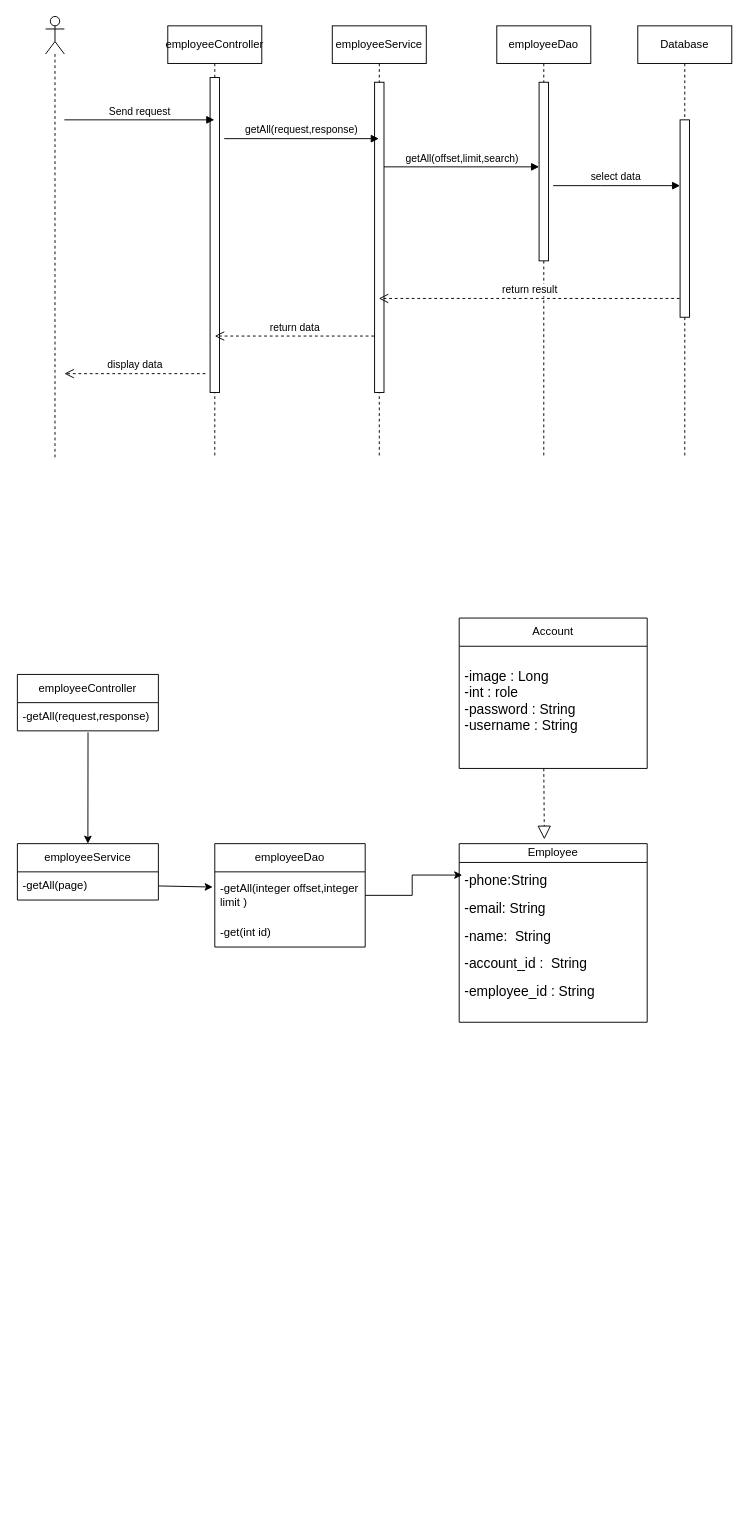
Above: page "Page-7" (7 of 35) of Untitled Diagram.drawio in sachvo/CuteXT (draw.io), before the change. Source tidied: cells renumbered, new cells numbered last; positions are measured from the earlier drawing's top-left corner, leaving out a move shared by most shapes. Both pictures are drawn from the tidied source at 94%, with x=0, y=0 at pixel (17, 16).
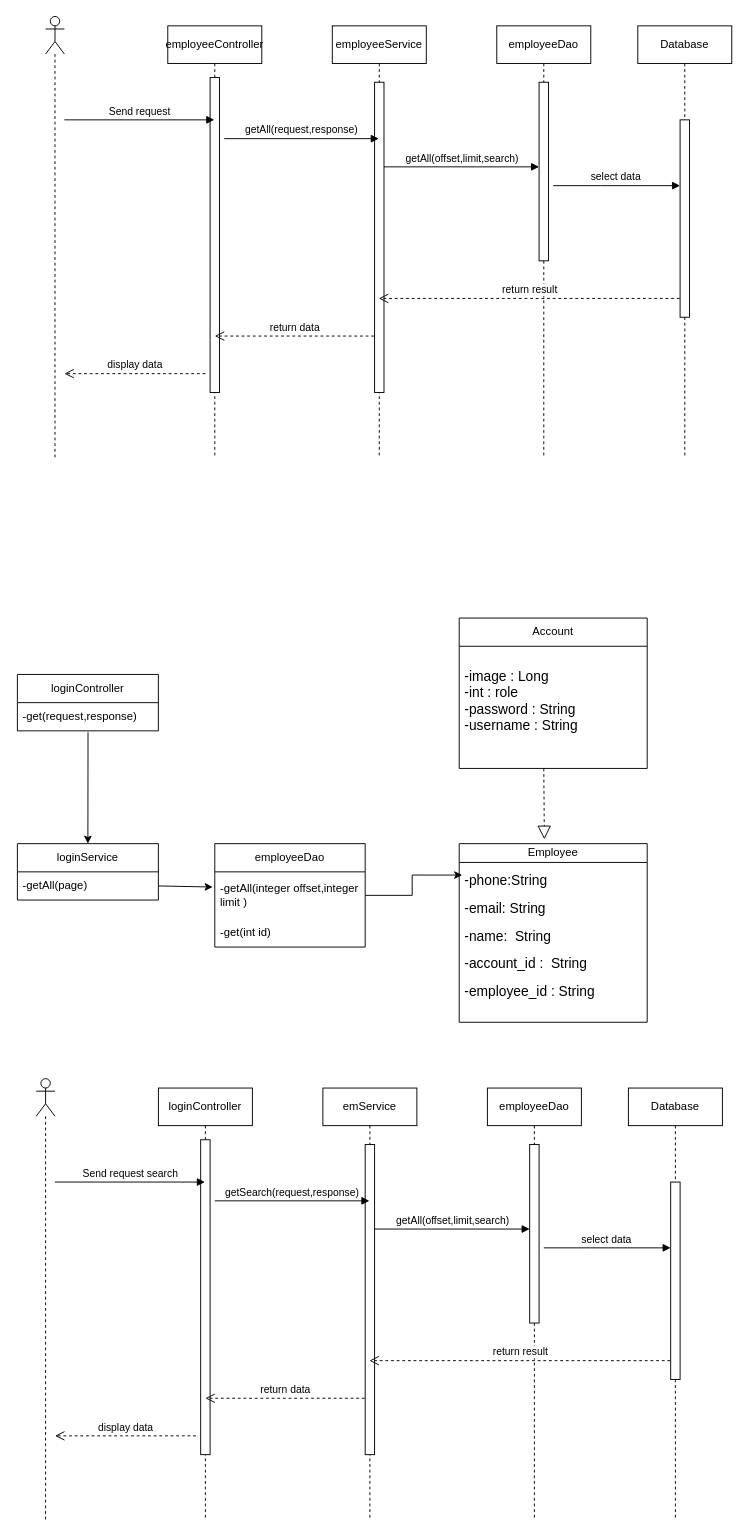
The same diagram, later.

What changed in the source:
```diff
@@
-    <mxCell id="19" value="employeeController" style="swimlane;fontStyle=0;horizontal=1;startSize=30;whiteSpace=wrap;html=1;" parent="1" vertex="1">
+    <mxCell id="19" value="loginController" style="swimlane;fontStyle=0;horizontal=1;startSize=30;whiteSpace=wrap;html=1;" parent="1" vertex="1">
       <mxGeometry y="700" width="150" height="60" as="geometry" />
     </mxCell>
-    <mxCell id="20" value="-getAll(request,response)" style="text;strokeColor=none;fillColor=none;align=left;verticalAlign=middle;spacingLeft=4;spacingRight=4;overflow=hidden;points=[[0,0.5],[1,0.5]];portConstraint=eastwest;whiteSpace=wrap;html=1;" parent="19" vertex="1">
+    <mxCell id="20" value="-get(request,response)" style="text;strokeColor=none;fillColor=none;align=left;verticalAlign=middle;spacingLeft=4;spacingRight=4;overflow=hidden;points=[[0,0.5],[1,0.5]];portConstraint=eastwest;whiteSpace=wrap;html=1;" parent="19" vertex="1">
       <mxGeometry y="30" width="150" height="30" as="geometry" />
     </mxCell>
@@
-    <mxCell id="24" value="employeeService" style="swimlane;fontStyle=0;horizontal=1;startSize=30;whiteSpace=wrap;html=1;" parent="1" vertex="1">
+    <mxCell id="24" value="loginService" style="swimlane;fontStyle=0;horizontal=1;startSize=30;whiteSpace=wrap;html=1;" parent="1" vertex="1">
       <mxGeometry y="880" width="150" height="60" as="geometry" />
     </mxCell>
@@
+    <mxCell id="34" style="shape=umlLifeline;perimeter=lifelinePerimeter;whiteSpace=wrap;html=1;newEdgeStyle={&quot;curved&quot;:0,&quot;rounded&quot;:0};participant=umlActor;" parent="1" vertex="1">
+      <mxGeometry x="20" y="1130" width="20" height="470" as="geometry" />
+    </mxCell>
+    <mxCell id="35" value="loginController" style="shape=umlLifeline;perimeter=lifelinePerimeter;whiteSpace=wrap;html=1;outlineConnect=0;portConstraint=eastwest;newEdgeStyle={&quot;curved&quot;:0,&quot;rounded&quot;:0};" parent="1" vertex="1">
+      <mxGeometry x="150" y="1140" width="100" height="460" as="geometry" />
+    </mxCell>
+    <mxCell id="36" style="html=1;perimeter=orthogonalPerimeter;targetShapes=umlLifeline;newEdgeStyle={&quot;curved&quot;:0,&quot;rounded&quot;:0};" parent="35" vertex="1">
+      <mxGeometry x="45" y="55" width="10" height="335" as="geometry" />
+    </mxCell>
+    <mxCell id="37" value="emService" style="shape=umlLifeline;perimeter=lifelinePerimeter;whiteSpace=wrap;html=1;outlineConnect=0;portConstraint=eastwest;newEdgeStyle={&quot;curved&quot;:0,&quot;rounded&quot;:0};" parent="1" vertex="1">
+      <mxGeometry x="325" y="1140" width="100" height="460" as="geometry" />
+    </mxCell>
+    <mxCell id="38" style="html=1;perimeter=orthogonalPerimeter;targetShapes=umlLifeline;newEdgeStyle={&quot;curved&quot;:0,&quot;rounded&quot;:0};" parent="37" vertex="1">
+      <mxGeometry x="45" y="60" width="10" height="330" as="geometry" />
+    </mxCell>
+    <mxCell id="39" value="employeeDao" style="shape=umlLifeline;perimeter=lifelinePerimeter;whiteSpace=wrap;html=1;newEdgeStyle={&quot;curved&quot;:0,&quot;rounded&quot;:0};" parent="1" vertex="1">
+      <mxGeometry x="500" y="1140" width="100" height="460" as="geometry" />
+    </mxCell>
+    <mxCell id="40" style="html=1;points=[[0,0,0,0,5],[0,1,0,0,-5],[1,0,0,0,5],[1,1,0,0,-5]];perimeter=orthogonalPerimeter;outlineConnect=0;targetShapes=umlLifeline;portConstraint=eastwest;newEdgeStyle={&quot;curved&quot;:0,&quot;rounded&quot;:0};" parent="39" vertex="1">
+      <mxGeometry x="45" y="60" width="10" height="190" as="geometry" />
+    </mxCell>
+    <mxCell id="41" value="Database" style="shape=umlLifeline;perimeter=lifelinePerimeter;whiteSpace=wrap;html=1;newEdgeStyle={&quot;curved&quot;:0,&quot;rounded&quot;:0};" parent="1" vertex="1">
+      <mxGeometry x="650" y="1140" width="100" height="460" as="geometry" />
+    </mxCell>
+    <mxCell id="42" style="html=1;perimeter=orthogonalPerimeter;targetShapes=umlLifeline;newEdgeStyle={&quot;curved&quot;:0,&quot;rounded&quot;:0};" parent="41" vertex="1">
+      <mxGeometry x="45" y="100" width="10" height="210" as="geometry" />
+    </mxCell>
+    <mxCell id="43" value="Send request search" style="html=1;verticalAlign=bottom;endArrow=block;curved=0;rounded=0;" parent="1" edge="1" target="35">
+      <mxGeometry relative="1" as="geometry">
+        <mxPoint x="40" y="1240" as="sourcePoint" />
+      </mxGeometry>
+    </mxCell>
+    <mxCell id="44" value="getSearch(request,response)" style="html=1;verticalAlign=bottom;endArrow=block;curved=0;rounded=0;" parent="1" edge="1" target="37">
+      <mxGeometry relative="1" as="geometry">
+        <mxPoint x="210" y="1260" as="sourcePoint" />
+      </mxGeometry>
+    </mxCell>
+    <mxCell id="45" value="return result" style="html=1;verticalAlign=bottom;endArrow=open;dashed=1;endSize=8;curved=0;rounded=0;" parent="1" edge="1" target="37">
+      <mxGeometry relative="1" as="geometry">
+        <mxPoint x="694.5" y="1430" as="sourcePoint" />
+        <Array as="points">
+          <mxPoint x="605" y="1430" />
+        </Array>
+      </mxGeometry>
+    </mxCell>
+    <mxCell id="46" value="getAll(offset,limit,search)" style="html=1;verticalAlign=bottom;endArrow=block;curved=0;rounded=0;" parent="1" edge="1" target="40">
+      <mxGeometry relative="1" as="geometry">
+        <mxPoint x="380" y="1290" as="sourcePoint" />
+      </mxGeometry>
+    </mxCell>
+    <mxCell id="47" value="select data&amp;nbsp;" style="html=1;verticalAlign=bottom;endArrow=block;curved=0;rounded=0;" parent="1" edge="1">
+      <mxGeometry relative="1" as="geometry">
+        <mxPoint x="560" y="1310" as="sourcePoint" />
+        <mxPoint x="695" y="1310" as="targetPoint" />
+        <Array as="points">
+          <mxPoint x="610" y="1310" />
+        </Array>
+      </mxGeometry>
+    </mxCell>
+    <mxCell id="48" value="return data" style="html=1;verticalAlign=bottom;endArrow=open;dashed=1;endSize=8;curved=0;rounded=0;" parent="1" edge="1">
+      <mxGeometry relative="1" as="geometry">
+        <mxPoint x="369.5" y="1470" as="sourcePoint" />
+        <mxPoint x="200" y="1470" as="targetPoint" />
+        <Array as="points">
+          <mxPoint x="280" y="1470" />
+        </Array>
+      </mxGeometry>
+    </mxCell>
+    <mxCell id="49" style="endArrow=none;dashed=1;html=1;dashPattern=1 3;strokeWidth=2;rounded=0;" parent="1" edge="1">
+      <mxGeometry relative="1" as="geometry">
+        <mxPoint y="1460" as="sourcePoint" />
+        <mxPoint y="1460" as="targetPoint" />
+      </mxGeometry>
+    </mxCell>
+    <mxCell id="50" value="display data" style="html=1;verticalAlign=bottom;endArrow=open;dashed=1;endSize=8;curved=0;rounded=0;" parent="1" edge="1">
+      <mxGeometry relative="1" as="geometry">
+        <mxPoint x="190" y="1510" as="sourcePoint" />
+        <mxPoint x="40" y="1510" as="targetPoint" />
+        <Array as="points">
+          <mxPoint x="110" y="1510" />
+        </Array>
+      </mxGeometry>
+    </mxCell>
```
